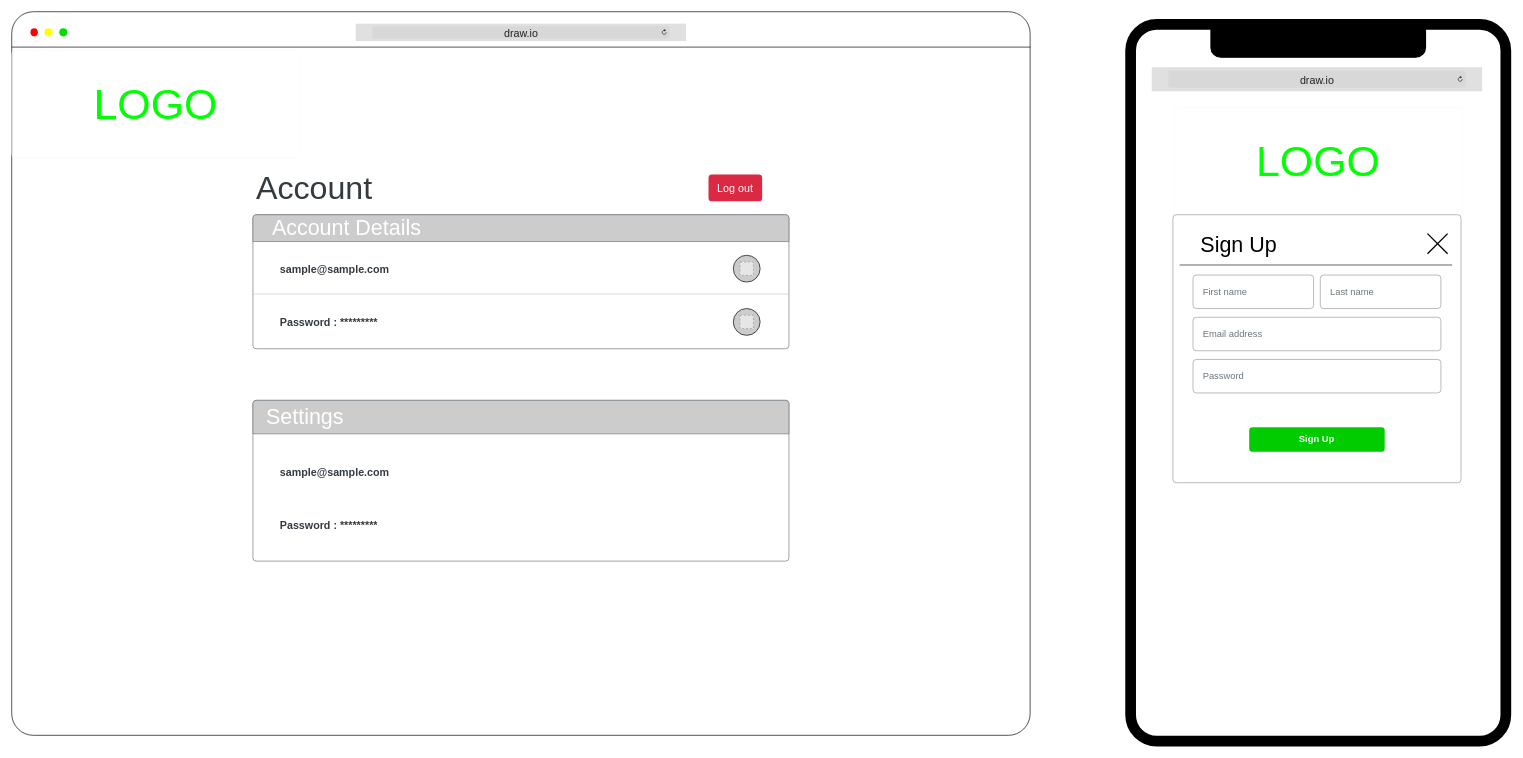
Earlier version of the draw.io diagram app/assets/document/Screen/config/User_Settings.dio (matthewkendrick/hoWseed). Source tidied: cells renumbered, new cells numbered last; positions are measured from the earlier drawing's top-left corner, leaving out a move shared by most shapes. Both pictures are drawn from the tidied source at 67%, with x=0, y=0 at pixel (11, 11). Pictures stored in the file or linked from it are replaced by grey dashed boxes.
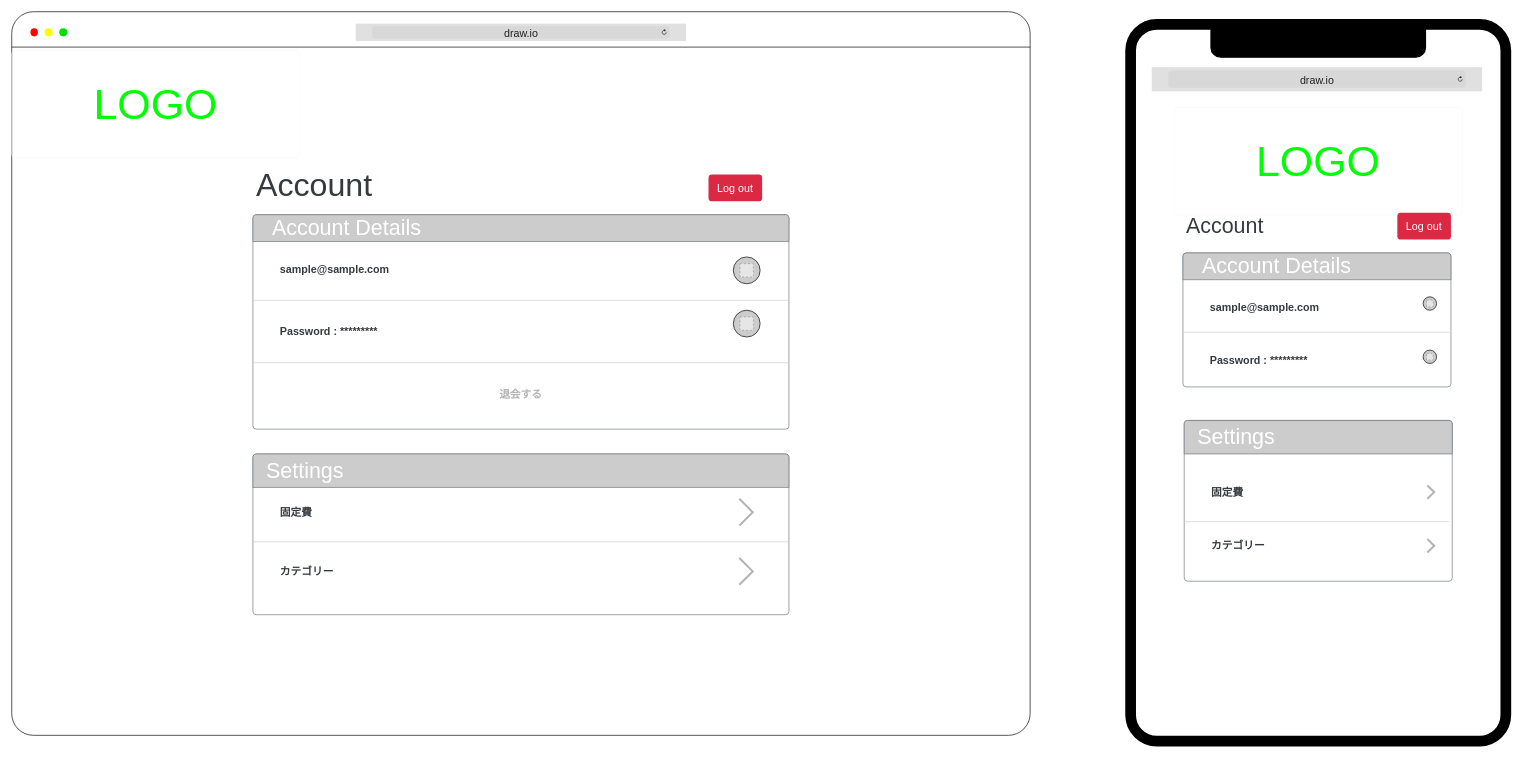
The same diagram, later.

Change to the diagram source:
```diff
@@
-    <mxCell id="13" style="html=1;shadow=0;dashed=0;shape=mxgraph.bootstrap.rrect;rSize=5;fillColor=#FFFFFF;strokeColor=#999999;fontSize=72;fontColor=#00CC00;" parent="1" vertex="1">
-      <mxGeometry x="1733.1" y="303" width="430" height="400" as="geometry" />
-    </mxCell>
-    <mxCell id="14" value="First name" style="html=1;shadow=0;dashed=0;shape=mxgraph.bootstrap.rrect;rSize=5;fillColor=none;strokeColor=#999999;align=left;spacing=15;fontSize=14;fontColor=#6C767D;" parent="13" vertex="1">
-      <mxGeometry width="180" height="50" relative="1" as="geometry">
-        <mxPoint x="30" y="90" as="offset" />
-      </mxGeometry>
-    </mxCell>
-    <mxCell id="15" value="Password" style="html=1;shadow=0;dashed=0;shape=mxgraph.bootstrap.rrect;rSize=5;fillColor=none;strokeColor=#999999;align=left;spacing=15;fontSize=14;fontColor=#6C767D;" parent="13" vertex="1">
-      <mxGeometry width="370" height="50" relative="1" as="geometry">
-        <mxPoint x="30" y="216" as="offset" />
-      </mxGeometry>
-    </mxCell>
-    <mxCell id="16" style="shape=line;strokeColor=#999999;perimeter=none;fontSize=72;fontColor=#00CC00;strokeWidth=2;sketch=0;" parent="13" vertex="1">
-      <mxGeometry width="406.76" height="10" relative="1" as="geometry">
-        <mxPoint x="10" y="70" as="offset" />
-      </mxGeometry>
-    </mxCell>
-    <mxCell id="17" value="Sign Up" style="html=1;shadow=0;dashed=0;shape=mxgraph.bootstrap.rrect;rSize=5;strokeColor=none;strokeWidth=1;fillColor=#00CC00;fontColor=#FFFFFF;whiteSpace=wrap;align=center;verticalAlign=middle;spacingLeft=0;fontStyle=1;fontSize=14;spacing=5;" parent="13" vertex="1">
-      <mxGeometry x="113.9" y="317" width="202.2" height="36.9" as="geometry" />
-    </mxCell>
-    <mxCell id="18" value="Last name" style="html=1;shadow=0;dashed=0;shape=mxgraph.bootstrap.rrect;rSize=5;fillColor=none;strokeColor=#999999;align=left;spacing=15;fontSize=14;fontColor=#6C767D;" parent="13" vertex="1">
-      <mxGeometry width="180" height="50" relative="1" as="geometry">
-        <mxPoint x="220" y="90" as="offset" />
-      </mxGeometry>
-    </mxCell>
-    <mxCell id="19" value="Email address" style="html=1;shadow=0;dashed=0;shape=mxgraph.bootstrap.rrect;rSize=5;fillColor=none;strokeColor=#999999;align=left;spacing=15;fontSize=14;fontColor=#6C767D;" parent="13" vertex="1">
-      <mxGeometry width="370" height="50" relative="1" as="geometry">
-        <mxPoint x="30" y="153" as="offset" />
-      </mxGeometry>
-    </mxCell>
-    <mxCell id="20" value="Sign Up" style="html=1;shadow=0;dashed=0;shape=mxgraph.bootstrap.rrect;rSize=5;strokeColor=none;strokeWidth=1;fillColor=none;fontColor=#000000;whiteSpace=wrap;align=center;verticalAlign=middle;spacingLeft=0;fontStyle=0;fontSize=32;spacing=5;sketch=0;" parent="13" vertex="1">
-      <mxGeometry x="23.2" y="21.1" width="151.1" height="48.7" as="geometry" />
-    </mxCell>
-    <mxCell id="21" style="shape=umlDestroy;shadow=0;sketch=0;fontSize=32;fontColor=#000000;strokeWidth=2;fillColor=none;" parent="13" vertex="1">
-      <mxGeometry x="380" y="28.2" width="30" height="30" as="geometry" />
-    </mxCell>
     <mxCell id="22" style="html=1;shadow=0;dashed=0;shape=mxgraph.bootstrap.rrect;rSize=5;strokeColor=#6C767D;html=1;whiteSpace=wrap;fillColor=#ffffff;fontColor=#212529;verticalAlign=bottom;align=left;spacing=20;spacingBottom=0;fontSize=14;" parent="1" vertex="1">
-      <mxGeometry x="360" y="303" width="800" height="200" as="geometry" />
+      <mxGeometry x="360" y="303" width="800" height="320" as="geometry" />
     </mxCell>
@@
-    <mxCell id="24" value="&lt;span style=&quot;white-space: pre&quot;&gt;&#9;&lt;/span&gt;sample@sample.com" style="html=1;shadow=0;dashed=0;shape=mxgraph.bootstrap.rrect;rSize=5;strokeColor=none;strokeWidth=1;fillColor=none;fontColor=#343A40;whiteSpace=wrap;align=left;verticalAlign=middle;spacingLeft=0;fontStyle=1;fontSize=16;spacing=5;" parent="22" vertex="1">
-      <mxGeometry y="40.5" width="800" height="80" as="geometry" />
-    </mxCell>
-    <mxCell id="25" value="&lt;span style=&quot;white-space: pre&quot;&gt;&#9;&lt;/span&gt;Password : *********" style="html=1;shadow=0;dashed=0;shape=mxgraph.bootstrap.rrect;rSize=5;strokeColor=none;strokeWidth=1;fillColor=none;fontColor=#343A40;whiteSpace=wrap;align=left;verticalAlign=middle;spacingLeft=0;fontStyle=1;fontSize=16;spacing=5;" parent="22" vertex="1">
-      <mxGeometry y="120" width="800" height="80" as="geometry" />
-    </mxCell>
     <mxCell id="26" style="line;strokeWidth=1;html=1;shadow=0;fontSize=32;fontColor=#FFFFFF;fillColor=none;gradientColor=none;strokeColor=#CCCCCC;" parent="22" vertex="1">
-      <mxGeometry y="114.2" width="800" height="8.3" as="geometry" />
+      <mxGeometry y="121" width="800" height="13.3" as="geometry" />
     </mxCell>
     <mxCell id="27" style="html=1;shadow=0;dashed=0;shape=mxgraph.bootstrap.radioButton2;labelPosition=right;verticalLabelPosition=middle;align=left;verticalAlign=middle;gradientColor=none;fillColor=#CCCCCC;checked=0;spacing=5;checkedFill=#0085FC;checkedStroke=#ffffff;sketch=0;fontSize=32;fontColor=#FFFFFF;strokeColor=default;" parent="22" vertex="1">
-      <mxGeometry x="717" y="60.5" width="40" height="40" as="geometry" />
+      <mxGeometry x="717" y="63" width="40" height="40" as="geometry" />
     </mxCell>
     <mxCell id="28" style="fillColor=#E6E6E6;strokeColor=#999999;dashed=1;verticalLabelPosition=bottom;labelBackgroundColor=#ffffff;verticalAlign=top;" parent="22" vertex="1">
-      <mxGeometry x="727" y="70.5" width="20" height="20" as="geometry" />
+      <mxGeometry x="727" y="73" width="20" height="20" as="geometry" />
     </mxCell>
+    <mxCell id="25" value="&lt;span style=&quot;white-space: pre&quot;&gt;&#9;&lt;/span&gt;Password : *********" style="html=1;shadow=0;dashed=0;shape=mxgraph.bootstrap.rrect;rSize=5;strokeColor=none;strokeWidth=1;fillColor=none;fontColor=#343A40;whiteSpace=wrap;align=left;verticalAlign=middle;spacingLeft=0;fontStyle=1;fontSize=16;spacing=5;" parent="22" vertex="1">
+      <mxGeometry y="134.3" width="800" height="80" as="geometry" />
+    </mxCell>
     <mxCell id="29" style="html=1;shadow=0;dashed=0;shape=mxgraph.bootstrap.radioButton2;labelPosition=right;verticalLabelPosition=middle;align=left;verticalAlign=middle;gradientColor=none;fillColor=#CCCCCC;checked=0;spacing=5;checkedFill=#0085FC;checkedStroke=#ffffff;sketch=0;fontSize=32;fontColor=#FFFFFF;strokeColor=default;" parent="22" vertex="1">
-      <mxGeometry x="717" y="140" width="40" height="40" as="geometry" />
+      <mxGeometry x="717" y="142.5" width="40" height="40" as="geometry" />
     </mxCell>
     <mxCell id="30" style="fillColor=#E6E6E6;strokeColor=#999999;dashed=1;verticalLabelPosition=bottom;labelBackgroundColor=#ffffff;verticalAlign=top;" parent="22" vertex="1">
-      <mxGeometry x="727" y="150" width="20" height="20" as="geometry" />
+      <mxGeometry x="727" y="152.5" width="20" height="20" as="geometry" />
     </mxCell>
+    <mxCell id="24" value="&lt;span style=&quot;white-space: pre&quot;&gt;&#9;&lt;/span&gt;sample@sample.com" style="html=1;shadow=0;dashed=0;shape=mxgraph.bootstrap.rrect;rSize=5;strokeColor=none;strokeWidth=1;fillColor=none;fontColor=#343A40;whiteSpace=wrap;align=left;verticalAlign=middle;spacingLeft=0;fontStyle=1;fontSize=16;spacing=5;" parent="22" vertex="1">
+      <mxGeometry y="41" width="800" height="80" as="geometry" />
+    </mxCell>
+    <mxCell id="37" value="退会する" style="html=1;shadow=0;dashed=0;shape=mxgraph.bootstrap.rrect;rSize=5;strokeColor=none;strokeWidth=1;fillColor=none;fontColor=#B3B3B3;whiteSpace=wrap;align=center;verticalAlign=middle;spacingLeft=0;fontStyle=1;fontSize=16;spacing=5;" parent="22" vertex="1">
+      <mxGeometry y="227.7" width="800" height="80" as="geometry" />
+    </mxCell>
+    <mxCell id="38" style="line;strokeWidth=1;html=1;shadow=0;fontSize=32;fontColor=#FFFFFF;fillColor=none;gradientColor=none;strokeColor=#CCCCCC;" parent="22" vertex="1">
+      <mxGeometry y="214.3" width="800" height="13.3" as="geometry" />
+    </mxCell>
     <mxCell id="31" value="Account" style="html=1;shadow=0;dashed=0;shape=mxgraph.bootstrap.rrect;rSize=5;strokeColor=none;strokeWidth=1;fillColor=none;fontColor=#343A40;whiteSpace=wrap;align=left;verticalAlign=middle;spacingLeft=0;fontStyle=0;fontSize=48;spacing=5;" parent="1" vertex="1">
-      <mxGeometry x="360" y="223" width="400" height="80" as="geometry" />
+      <mxGeometry x="360" y="217.8" width="800" height="80" as="geometry" />
     </mxCell>
@@
     <mxCell id="33" style="html=1;shadow=0;dashed=0;shape=mxgraph.bootstrap.rrect;rSize=5;strokeColor=#6C767D;html=1;whiteSpace=wrap;fillColor=#ffffff;fontColor=#212529;verticalAlign=bottom;align=left;spacing=20;spacingBottom=0;fontSize=14;" parent="1" vertex="1">
-      <mxGeometry x="360" y="580" width="800" height="240" as="geometry" />
+      <mxGeometry x="360" y="660" width="800" height="240" as="geometry" />
     </mxCell>
@@
-    <mxCell id="35" value="&lt;span style=&quot;white-space: pre&quot;&gt;&#9;&lt;/span&gt;sample@sample.com" style="html=1;shadow=0;dashed=0;shape=mxgraph.bootstrap.rrect;rSize=5;strokeColor=none;strokeWidth=1;fillColor=none;fontColor=#343A40;whiteSpace=wrap;align=left;verticalAlign=middle;spacingLeft=0;fontStyle=1;fontSize=16;spacing=5;" parent="33" vertex="1">
-      <mxGeometry y="67" width="800" height="80" as="geometry" />
+    <mxCell id="35" value="&lt;span style=&quot;white-space: pre&quot;&gt;&#9;&lt;/span&gt;固定費" style="html=1;shadow=0;dashed=0;shape=mxgraph.bootstrap.rrect;rSize=5;strokeColor=none;strokeWidth=1;fillColor=none;fontColor=#343A40;whiteSpace=wrap;align=left;verticalAlign=middle;spacingLeft=0;fontStyle=1;fontSize=16;spacing=5;" parent="33" vertex="1">
+      <mxGeometry y="47" width="800" height="80" as="geometry" />
     </mxCell>
+    <mxCell id="39" value="&lt;span style=&quot;white-space: pre&quot;&gt;&#9;&lt;/span&gt;カテゴリー" style="html=1;shadow=0;dashed=0;shape=mxgraph.bootstrap.rrect;rSize=5;strokeColor=none;strokeWidth=1;fillColor=none;fontColor=#343A40;whiteSpace=wrap;align=left;verticalAlign=middle;spacingLeft=0;fontStyle=1;fontSize=16;spacing=5;" parent="33" vertex="1">
+      <mxGeometry y="135.3" width="800" height="80" as="geometry" />
+    </mxCell>
+    <mxCell id="40" style="line;strokeWidth=1;html=1;shadow=0;fontSize=32;fontColor=#FFFFFF;fillColor=none;gradientColor=none;strokeColor=#CCCCCC;" parent="33" vertex="1">
+      <mxGeometry y="127" width="800" height="8.3" as="geometry" />
+    </mxCell>
+    <mxCell id="41" style="html=1;verticalLabelPosition=bottom;labelBackgroundColor=#ffffff;verticalAlign=top;shadow=0;dashed=0;strokeWidth=3;shape=mxgraph.ios7.misc.down;strokeColor=#B3B3B3;fontSize=40;fontColor=#000000;fillColor=none;gradientColor=none;direction=north;" parent="33" vertex="1">
+      <mxGeometry x="726" y="67" width="20" height="40" as="geometry" />
+    </mxCell>
+    <mxCell id="42" style="html=1;verticalLabelPosition=bottom;labelBackgroundColor=#ffffff;verticalAlign=top;shadow=0;dashed=0;strokeWidth=3;shape=mxgraph.ios7.misc.down;strokeColor=#B3B3B3;fontSize=40;fontColor=#000000;fillColor=none;gradientColor=none;direction=north;" parent="33" vertex="1">
+      <mxGeometry x="726" y="155.3" width="20" height="40" as="geometry" />
+    </mxCell>
+    <mxCell id="43" style="html=1;shadow=0;dashed=0;shape=mxgraph.bootstrap.rrect;rSize=5;strokeColor=#6C767D;html=1;whiteSpace=wrap;fillColor=#ffffff;fontColor=#212529;verticalAlign=bottom;align=left;spacing=20;spacingBottom=0;fontSize=14;" parent="1" vertex="1">
+      <mxGeometry x="1748.1" y="360" width="400" height="200" as="geometry" />
+    </mxCell>
+    <mxCell id="44" value="&amp;nbsp;Account Details" style="html=1;shadow=0;dashed=0;shape=mxgraph.bootstrap.topButton;rSize=5;perimeter=none;whiteSpace=wrap;fillColor=#CCCCCC;strokeColor=#6C767D;fontColor=#FFFFFF;fontSize=32;align=left;spacing=20;fontStyle=0;" parent="43" vertex="1">
+      <mxGeometry width="400" height="40" relative="1" as="geometry" />
+    </mxCell>
+    <mxCell id="45" value="&lt;span style=&quot;white-space: pre&quot;&gt;&#9;&lt;/span&gt;sample@sample.com" style="html=1;shadow=0;dashed=0;shape=mxgraph.bootstrap.rrect;rSize=5;strokeColor=none;strokeWidth=1;fillColor=none;fontColor=#343A40;whiteSpace=wrap;align=left;verticalAlign=middle;spacingLeft=0;fontStyle=1;fontSize=16;spacing=5;" parent="43" vertex="1">
+      <mxGeometry y="40.5" width="400" height="80" as="geometry" />
+    </mxCell>
-    <mxCell id="36" value="&lt;span style=&quot;white-space: pre&quot;&gt;&#9;&lt;/span&gt;Password : *********" style="html=1;shadow=0;dashed=0;shape=mxgraph.bootstrap.rrect;rSize=5;strokeColor=none;strokeWidth=1;fillColor=none;fontColor=#343A40;whiteSpace=wrap;align=left;verticalAlign=middle;spacingLeft=0;fontStyle=1;fontSize=16;spacing=5;" parent="33" vertex="1">
-      <mxGeometry y="147" width="800" height="80" as="geometry" />
+    <mxCell id="36" value="&lt;span style=&quot;white-space: pre&quot;&gt;&#9;&lt;/span&gt;Password : *********" style="html=1;shadow=0;dashed=0;shape=mxgraph.bootstrap.rrect;rSize=5;strokeColor=none;strokeWidth=1;fillColor=none;fontColor=#343A40;whiteSpace=wrap;align=left;verticalAlign=middle;spacingLeft=0;fontStyle=1;fontSize=16;spacing=5;" parent="43" vertex="1">
+      <mxGeometry y="120" width="400" height="80" as="geometry" />
     </mxCell>
+    <mxCell id="46" style="line;strokeWidth=1;html=1;shadow=0;fontSize=32;fontColor=#FFFFFF;fillColor=none;gradientColor=none;strokeColor=#CCCCCC;" parent="43" vertex="1">
+      <mxGeometry y="114.2" width="400" height="8.3" as="geometry" />
+    </mxCell>
+    <mxCell id="47" style="html=1;shadow=0;dashed=0;shape=mxgraph.bootstrap.radioButton2;labelPosition=right;verticalLabelPosition=middle;align=left;verticalAlign=middle;gradientColor=none;fillColor=#CCCCCC;checked=0;spacing=5;checkedFill=#0085FC;checkedStroke=#ffffff;sketch=0;fontSize=32;fontColor=#FFFFFF;strokeColor=default;" parent="43" vertex="1">
+      <mxGeometry x="358.5" y="65.5" width="20" height="20" as="geometry" />
+    </mxCell>
+    <mxCell id="48" style="fillColor=#E6E6E6;strokeColor=#999999;dashed=1;verticalLabelPosition=bottom;labelBackgroundColor=#ffffff;verticalAlign=top;" parent="43" vertex="1">
+      <mxGeometry x="363.5" y="70.5" width="10" height="10" as="geometry" />
+    </mxCell>
+    <mxCell id="49" style="html=1;shadow=0;dashed=0;shape=mxgraph.bootstrap.radioButton2;labelPosition=right;verticalLabelPosition=middle;align=left;verticalAlign=middle;gradientColor=none;fillColor=#CCCCCC;checked=0;spacing=5;checkedFill=#0085FC;checkedStroke=#ffffff;sketch=0;fontSize=32;fontColor=#FFFFFF;strokeColor=default;" parent="43" vertex="1">
+      <mxGeometry x="358.5" y="145" width="20" height="20" as="geometry" />
+    </mxCell>
+    <mxCell id="50" style="fillColor=#E6E6E6;strokeColor=#999999;dashed=1;verticalLabelPosition=bottom;labelBackgroundColor=#ffffff;verticalAlign=top;" parent="43" vertex="1">
+      <mxGeometry x="363.5" y="150" width="10" height="10" as="geometry" />
+    </mxCell>
+    <mxCell id="51" value="Account" style="html=1;shadow=0;dashed=0;shape=mxgraph.bootstrap.rrect;rSize=5;strokeColor=none;strokeWidth=1;fillColor=none;fontColor=#343A40;whiteSpace=wrap;align=left;verticalAlign=middle;spacingLeft=0;fontStyle=0;fontSize=32;spacing=5;" parent="1" vertex="1">
+      <mxGeometry x="1748.1" y="280" width="400" height="80" as="geometry" />
+    </mxCell>
+    <mxCell id="52" value="Log out" style="html=1;shadow=0;dashed=0;shape=mxgraph.bootstrap.rrect;rSize=5;strokeColor=none;strokeWidth=1;fillColor=#DB2843;fontColor=#FFFFFF;whiteSpace=wrap;align=center;verticalAlign=middle;spacingLeft=0;fontStyle=0;fontSize=16;spacing=5;" parent="1" vertex="1">
+      <mxGeometry x="2068.1" y="300" width="80" height="40" as="geometry" />
+    </mxCell>
+    <mxCell id="53" style="html=1;shadow=0;dashed=0;shape=mxgraph.bootstrap.rrect;rSize=5;strokeColor=#6C767D;html=1;whiteSpace=wrap;fillColor=#ffffff;fontColor=#212529;verticalAlign=bottom;align=left;spacing=20;spacingBottom=0;fontSize=14;" parent="1" vertex="1">
+      <mxGeometry x="1750" y="610" width="400" height="240" as="geometry" />
+    </mxCell>
+    <mxCell id="54" value="Settings" style="html=1;shadow=0;dashed=0;shape=mxgraph.bootstrap.topButton;rSize=5;perimeter=none;whiteSpace=wrap;fillColor=#CCCCCC;strokeColor=#6C767D;fontColor=#FFFFFF;fontSize=32;align=left;spacing=20;fontStyle=0;" parent="53" vertex="1">
+      <mxGeometry width="400" height="50" relative="1" as="geometry" />
+    </mxCell>
+    <mxCell id="55" value="&lt;span style=&quot;white-space: pre&quot;&gt;&#9;&lt;/span&gt;固定費" style="html=1;shadow=0;dashed=0;shape=mxgraph.bootstrap.rrect;rSize=5;strokeColor=none;strokeWidth=1;fillColor=none;fontColor=#343A40;whiteSpace=wrap;align=left;verticalAlign=middle;spacingLeft=0;fontStyle=1;fontSize=16;spacing=5;" parent="53" vertex="1">
+      <mxGeometry y="67" width="400" height="80" as="geometry" />
+    </mxCell>
+    <mxCell id="56" value="&lt;span style=&quot;white-space: pre&quot;&gt;&#9;&lt;/span&gt;カテゴリー" style="html=1;shadow=0;dashed=0;shape=mxgraph.bootstrap.rrect;rSize=5;strokeColor=none;strokeWidth=1;fillColor=none;fontColor=#343A40;whiteSpace=wrap;align=left;verticalAlign=middle;spacingLeft=0;fontStyle=1;fontSize=16;spacing=5;" parent="53" vertex="1">
+      <mxGeometry y="147" width="400" height="80" as="geometry" />
+    </mxCell>
+    <mxCell id="57" style="line;strokeWidth=1;html=1;shadow=0;fontSize=32;fontColor=#FFFFFF;fillColor=none;gradientColor=none;strokeColor=#CCCCCC;" parent="53" vertex="1">
+      <mxGeometry y="147" width="395.1" height="8.3" as="geometry" />
+    </mxCell>
+    <mxCell id="58" style="html=1;verticalLabelPosition=bottom;labelBackgroundColor=#ffffff;verticalAlign=top;shadow=0;dashed=0;strokeWidth=3;shape=mxgraph.ios7.misc.down;strokeColor=#B3B3B3;fontSize=40;fontColor=#000000;fillColor=none;gradientColor=none;direction=north;" parent="53" vertex="1">
+      <mxGeometry x="363" y="97" width="10" height="20" as="geometry" />
+    </mxCell>
+    <mxCell id="59" style="html=1;verticalLabelPosition=bottom;labelBackgroundColor=#ffffff;verticalAlign=top;shadow=0;dashed=0;strokeWidth=3;shape=mxgraph.ios7.misc.down;strokeColor=#B3B3B3;fontSize=40;fontColor=#000000;fillColor=none;gradientColor=none;direction=north;" parent="53" vertex="1">
+      <mxGeometry x="363" y="177" width="10" height="20" as="geometry" />
+    </mxCell>
```
